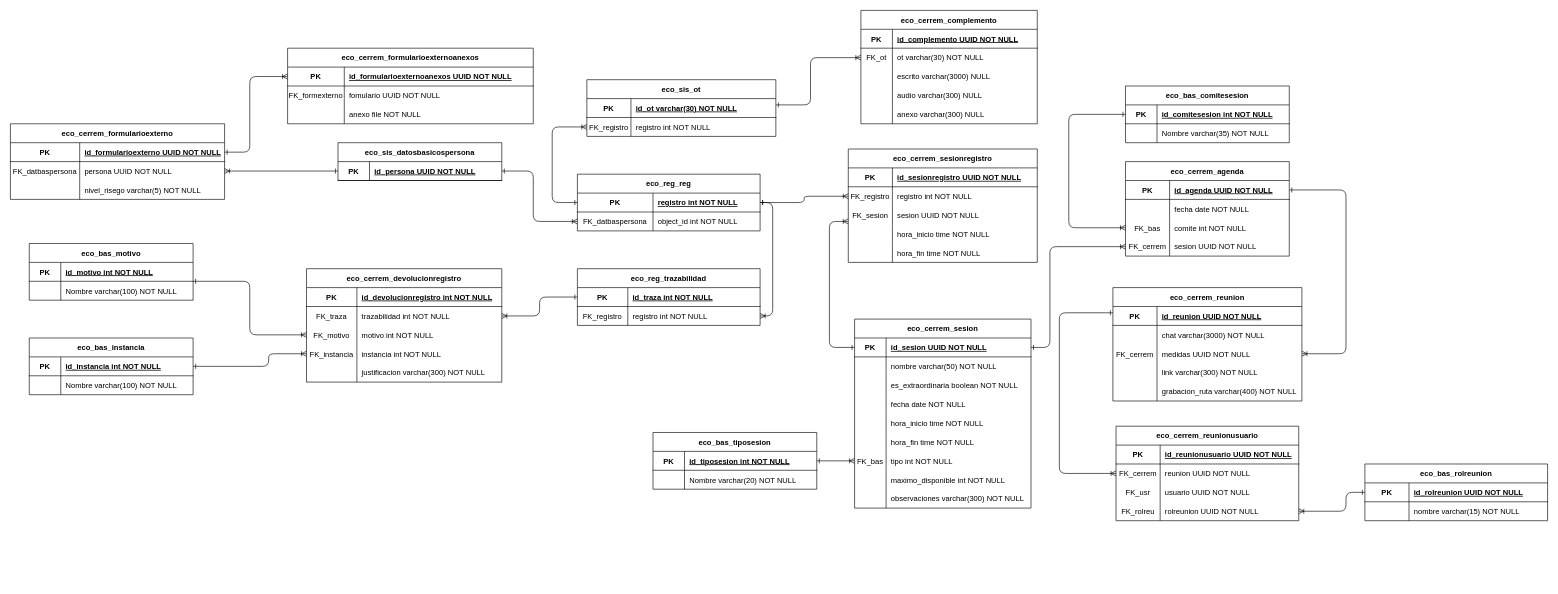
Above: SER/ER-CERREM-V2.drawio in HanaPinilla/Diagramas-DB (draw.io), before the change. Source tidied: cells renumbered, new cells numbered last; positions are measured from the earlier drawing's top-left corner, leaving out a move shared by most shapes. Both pictures are drawn from the tidied source at 63%, with x=0, y=0 at pixel (10, 10).
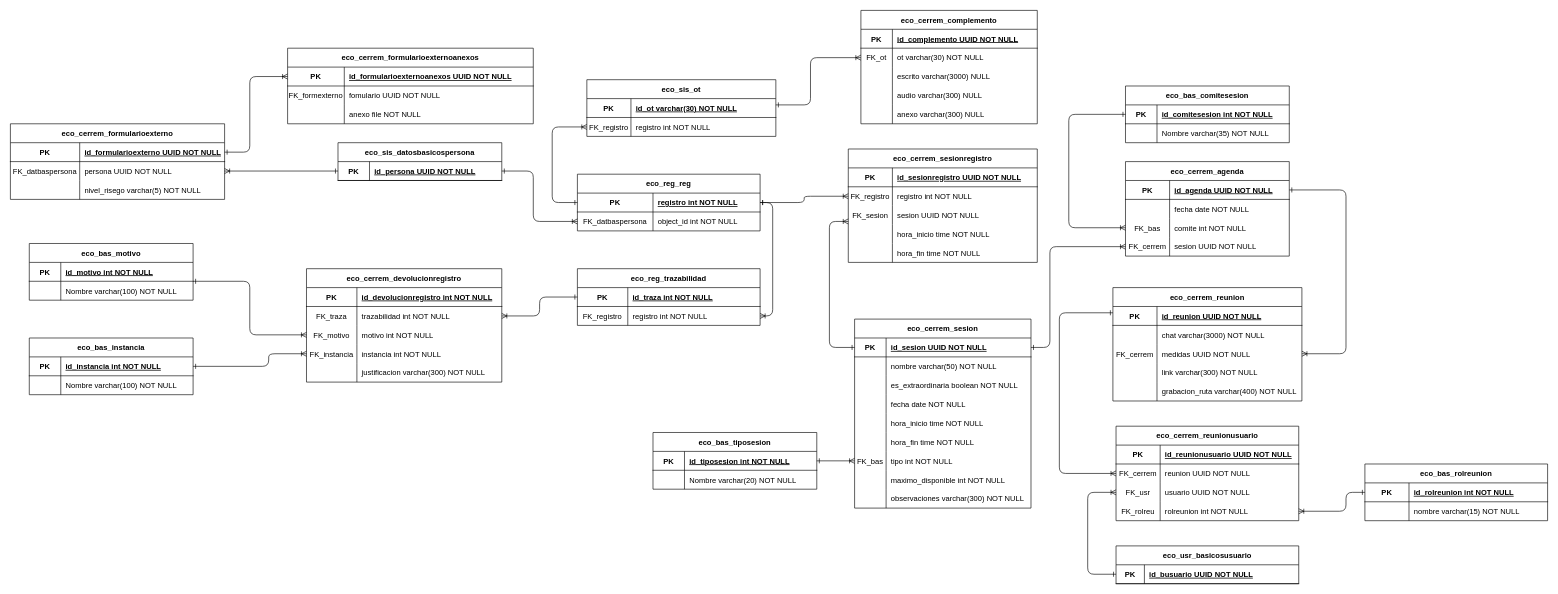
The same page after the edit.

Unchanged cells that the change refers to:
```xml
<mxCell id="85" style="shape=partialRectangle;fillColor=none;points=[[0,0.5],[1,0.5]];portConstraint=eastwest;top=0;left=0;right=0;bottom=0;" parent="78" vertex="1">
  <mxGeometry y="90" width="290" height="30" as="geometry" />
</mxCell>
<mxCell id="88" style="shape=partialRectangle;fillColor=none;points=[[0,0.5],[1,0.5]];portConstraint=eastwest;top=0;left=0;right=0;bottom=0;" parent="78" vertex="1">
  <mxGeometry y="120" width="290" height="30" as="geometry" />
</mxCell>
<mxCell id="210" style="shape=partialRectangle;fillColor=none;points=[[0,0.5],[1,0.5]];portConstraint=eastwest;top=0;left=0;right=0;bottom=1;" parent="209" vertex="1">
  <mxGeometry y="30" width="290" height="30" as="geometry" />
</mxCell>
```

Change to the diagram source:
```diff
@@
-    <mxCell id="90" value="rolreunion UUID NOT NULL" style="shape=partialRectangle;overflow=hidden;fillColor=none;top=0;left=0;bottom=0;right=0;align=left;spacingLeft=6;" parent="88" vertex="1">
+    <mxCell id="90" value="rolreunion int NOT NULL" style="shape=partialRectangle;overflow=hidden;fillColor=none;top=0;left=0;bottom=0;right=0;align=left;spacingLeft=6;" parent="88" vertex="1">
       <mxGeometry x="70" width="220" height="30" as="geometry" />
     </mxCell>
@@
-    <mxCell id="212" value="id_rolreunion UUID NOT NULL " style="shape=partialRectangle;overflow=hidden;fillColor=none;top=0;left=0;bottom=0;right=0;align=left;spacingLeft=6;fontStyle=5;" parent="210" vertex="1">
+    <mxCell id="212" value="id_rolreunion int NOT NULL " style="shape=partialRectangle;overflow=hidden;fillColor=none;top=0;left=0;bottom=0;right=0;align=left;spacingLeft=6;fontStyle=5;" parent="210" vertex="1">
       <mxGeometry x="70" width="220" height="30" as="geometry" />
     </mxCell>
@@
+    <mxCell id="217" value="eco_usr_basicosusuario" style="shape=table;startSize=30;childLayout=tableLayout;rowLines=0;fontStyle=1;align=center;" parent="1" vertex="1">
+      <mxGeometry x="1755" y="850" width="290" height="60" as="geometry" />
+    </mxCell>
+    <mxCell id="218" style="shape=partialRectangle;fillColor=none;points=[[0,0.5],[1,0.5]];portConstraint=eastwest;top=0;left=0;right=0;bottom=1;" parent="217" vertex="1">
+      <mxGeometry y="30" width="290" height="30" as="geometry" />
+    </mxCell>
+    <mxCell id="219" value="PK" style="shape=partialRectangle;overflow=hidden;fillColor=none;top=0;left=0;bottom=0;right=0;fontStyle=1;" parent="218" vertex="1">
+      <mxGeometry width="45" height="30" as="geometry" />
+    </mxCell>
+    <mxCell id="220" value="id_busuario UUID NOT NULL " style="shape=partialRectangle;overflow=hidden;fillColor=none;top=0;left=0;bottom=0;right=0;align=left;spacingLeft=6;fontStyle=5;" parent="218" vertex="1">
+      <mxGeometry x="45" width="245" height="30" as="geometry" />
+    </mxCell>
+    <mxCell id="221" style="rounded=1;jettySize=auto;html=1;endArrow=ERoneToMany;endFill=0;startArrow=ERone;startFill=0;edgeStyle=orthogonalEdgeStyle;elbow=vertical;curved=0;" parent="1" edge="1" source="218" target="85">
+      <mxGeometry relative="1" as="geometry">
+        <Array as="points">
+          <mxPoint x="1710" y="895" />
+          <mxPoint x="1710" y="765" />
+        </Array>
+      </mxGeometry>
+    </mxCell>
```
